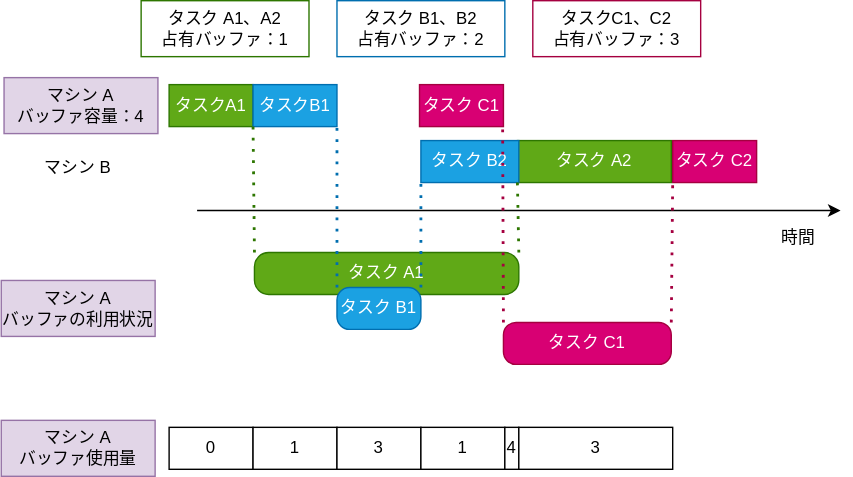
This is notebooks/ja/tutorials/figures/buffer.drawio.svg from fixstars/amplify-se-examples, a draw.io export, as it was before one commit. Source tidied: cells renumbered, new cells last; positions are measured from the earlier drawing's top-left corner, leaving out a move shared by most shapes.
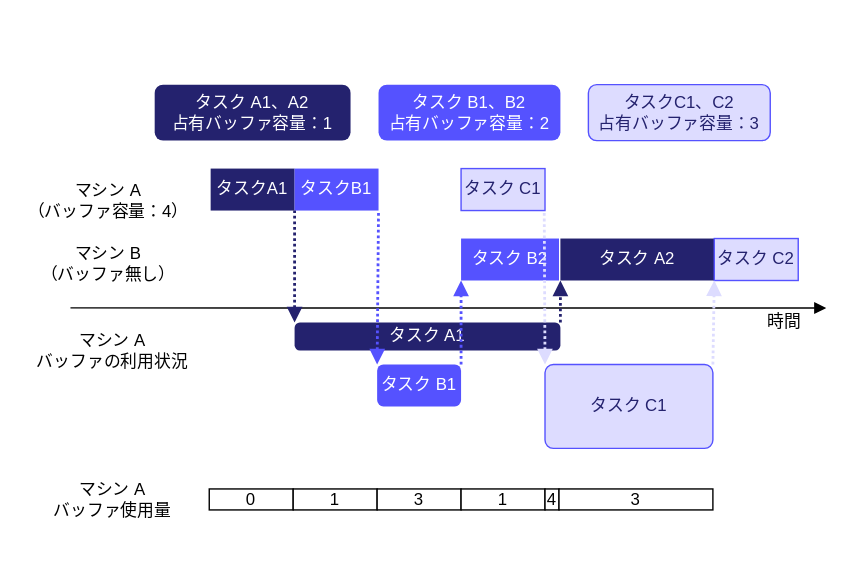
Later version of the same file.

Change to the diagram source:
```diff
@@ -2,110 +2,117 @@
   <root>
     <mxCell id="0" />
     <mxCell id="1" parent="0" />
+    <mxCell id="32" style="whiteSpace=wrap;html=1;strokeColor=none;" parent="1" vertex="1">
+      <mxGeometry x="-30" y="-60" width="600" height="400" as="geometry" />
+    </mxCell>
-    <mxCell id="2" value="タスクA1" style="rounded=0;whiteSpace=wrap;html=1;fillColor=#60a917;fontColor=#ffffff;strokeColor=#2D7600;" parent="1" vertex="1">
+    <mxCell id="2" value="タスクA1" style="rounded=0;whiteSpace=wrap;html=1;fillColor=#24226E;fontColor=#ffffff;strokeColor=none;" parent="1" vertex="1">
       <mxGeometry x="120" y="60" width="60" height="30" as="geometry" />
     </mxCell>
-    <mxCell id="3" style="endArrow=classic;html=1;fontColor=#00FF00;" parent="1" edge="1">
+    <mxCell id="3" style="endArrow=block;html=1;fontColor=#00FF00;exitX=0.083;exitY=0.549;exitDx=0;exitDy=0;exitPerimeter=0;endFill=1;" parent="1" edge="1" source="32">
       <mxGeometry relative="1" as="geometry">
-        <mxPoint x="140" y="150" as="sourcePoint" />
-        <mxPoint x="600" y="150" as="targetPoint" />
+        <mxPoint x="560" y="159.7" as="targetPoint" />
       </mxGeometry>
     </mxCell>
     <object id="4" label="時間" name="Variable" placeholders="1">
       <mxCell style="text;html=1;strokeColor=none;fillColor=none;align=center;verticalAlign=middle;whiteSpace=wrap;overflow=hidden;" parent="1" vertex="1">
-        <mxGeometry x="550" y="160" width="40" height="20" as="geometry" />
+        <mxGeometry x="510" y="160" width="40" height="20" as="geometry" />
       </mxCell>
     </object>
     <object id="5" label="マシン A&lt;br&gt;バッファの利用状況" name="Variable" placeholders="1">
-      <mxCell style="text;html=1;strokeColor=#9673a6;fillColor=#e1d5e7;align=center;verticalAlign=middle;whiteSpace=wrap;overflow=hidden;" parent="1" vertex="1">
-        <mxGeometry y="200" width="110" height="40" as="geometry" />
+      <mxCell style="text;html=1;strokeColor=none;fillColor=none;align=center;verticalAlign=middle;whiteSpace=wrap;overflow=hidden;" parent="1" vertex="1">
+        <mxGeometry x="-10" y="170" width="120" height="40" as="geometry" />
       </mxCell>
     </object>
-    <mxCell id="6" value="タスク A2" style="rounded=0;whiteSpace=wrap;html=1;fillColor=#60a917;fontColor=#ffffff;strokeColor=#2D7600;" parent="1" vertex="1">
-      <mxGeometry x="369" y="100" width="110" height="30" as="geometry" />
+    <mxCell id="6" value="タスク A2" style="rounded=0;whiteSpace=wrap;html=1;fillColor=#24226E;fontColor=#ffffff;strokeColor=none;" parent="1" vertex="1">
+      <mxGeometry x="370" y="110" width="110" height="30" as="geometry" />
     </mxCell>
-    <object id="7" label="マシン B" name="Variable" placeholders="1">
+    <object id="7" label="マシン B&lt;br&gt;（バッファ無し）" name="Variable" placeholders="1">
       <mxCell style="text;html=1;strokeColor=none;fillColor=none;align=center;verticalAlign=middle;whiteSpace=wrap;overflow=hidden;" parent="1" vertex="1">
-        <mxGeometry x="25" y="110" width="60" height="20" as="geometry" />
+        <mxGeometry x="-14" y="110" width="122" height="35" as="geometry" />
       </mxCell>
     </object>
-    <mxCell id="8" value="タスク A1&amp;nbsp; &amp;nbsp;" style="rounded=1;whiteSpace=wrap;html=1;fillColor=#60a917;fontColor=#ffffff;strokeColor=#2D7600;arcSize=34;" parent="1" vertex="1">
-      <mxGeometry x="181" y="180" width="189" height="30" as="geometry" />
+    <mxCell id="8" value="タスク A1&amp;nbsp;" style="rounded=1;whiteSpace=wrap;html=1;fillColor=#24226E;fontColor=#ffffff;strokeColor=none;arcSize=19;" parent="1" vertex="1">
+      <mxGeometry x="180" y="170" width="190" height="20" as="geometry" />
     </mxCell>
-    <mxCell id="9" value="タスク B1" style="rounded=1;whiteSpace=wrap;html=1;fillColor=#1ba1e2;fontColor=#ffffff;strokeColor=#006EAF;glass=0;shadow=0;arcSize=30;" parent="1" vertex="1">
-      <mxGeometry x="240" y="205" width="60" height="30" as="geometry" />
+    <mxCell id="9" value="タスク B1" style="rounded=1;whiteSpace=wrap;html=1;fillColor=#5552FF;fontColor=#ffffff;strokeColor=none;glass=0;shadow=0;arcSize=15;" parent="1" vertex="1">
+      <mxGeometry x="239" y="200" width="60" height="30" as="geometry" />
     </mxCell>
-    <mxCell id="10" value="タスクB1" style="rounded=0;whiteSpace=wrap;html=1;fillColor=#1ba1e2;fontColor=#ffffff;strokeColor=#006EAF;" parent="1" vertex="1">
+    <mxCell id="10" value="タスクB1" style="rounded=0;whiteSpace=wrap;html=1;fillColor=#5552FF;fontColor=#ffffff;strokeColor=none;" parent="1" vertex="1">
       <mxGeometry x="180" y="60" width="60" height="30" as="geometry" />
     </mxCell>
-    <mxCell id="11" value="タスク C1" style="rounded=0;whiteSpace=wrap;html=1;fillColor=#d80073;fontColor=#ffffff;strokeColor=#A50040;" parent="1" vertex="1">
+    <mxCell id="11" value="タスク C1" style="rounded=0;whiteSpace=wrap;html=1;fillColor=#DDDCFF;fontColor=#24226E;strokeColor=#5552FF;" parent="1" vertex="1">
       <mxGeometry x="299" y="60" width="60" height="30" as="geometry" />
     </mxCell>
-    <mxCell id="12" value="タスク B2" style="rounded=0;whiteSpace=wrap;html=1;fillColor=#1ba1e2;fontColor=#ffffff;strokeColor=#006EAF;" parent="1" vertex="1">
-      <mxGeometry x="300" y="100" width="70" height="30" as="geometry" />
+    <mxCell id="12" value="タスク B2" style="rounded=0;whiteSpace=wrap;html=1;fillColor=#5552FF;fontColor=#ffffff;strokeColor=none;" parent="1" vertex="1">
+      <mxGeometry x="299" y="110" width="70" height="30" as="geometry" />
     </mxCell>
-    <mxCell id="13" value="タスク C2" style="rounded=0;whiteSpace=wrap;html=1;fillColor=#d80073;fontColor=#ffffff;strokeColor=#A50040;" parent="1" vertex="1">
-      <mxGeometry x="480" y="100" width="60" height="30" as="geometry" />
+    <mxCell id="13" value="タスク C2" style="rounded=0;whiteSpace=wrap;html=1;fillColor=#DDDCFF;fontColor=#24226E;strokeColor=#5552FF;" parent="1" vertex="1">
+      <mxGeometry x="480" y="110" width="60" height="30" as="geometry" />
     </mxCell>
-    <mxCell id="14" style="endArrow=none;dashed=1;html=1;dashPattern=1 3;strokeWidth=2;entryX=0;entryY=1;entryDx=0;entryDy=0;exitX=0;exitY=0;exitDx=0;exitDy=0;fillColor=#60a917;strokeColor=#2D7600;" parent="1" edge="1" source="8" target="10">
-      <mxGeometry relative="1" as="geometry" />
+    <mxCell id="14" style="endArrow=none;dashed=1;html=1;strokeWidth=2;entryX=0;entryY=1;entryDx=0;entryDy=0;fillColor=#60a917;strokeColor=#24226E;startArrow=block;startFill=1;dashPattern=1 1;" parent="1" edge="1" target="10">
+      <mxGeometry relative="1" as="geometry">
+        <mxPoint x="180" y="170" as="sourcePoint" />
+      </mxGeometry>
     </mxCell>
-    <mxCell id="15" style="endArrow=none;dashed=1;html=1;dashPattern=1 3;strokeWidth=2;entryX=0;entryY=1;entryDx=0;entryDy=0;exitX=0;exitY=0;exitDx=0;exitDy=0;fillColor=#1ba1e2;strokeColor=#006EAF;" parent="1" edge="1" source="9">
+    <mxCell id="15" style="endArrow=none;dashed=1;html=1;strokeWidth=2;entryX=0;entryY=1;entryDx=0;entryDy=0;exitX=0;exitY=0;exitDx=0;exitDy=0;fillColor=#1ba1e2;strokeColor=#5552FF;startArrow=block;startFill=1;dashPattern=1 1;" parent="1" edge="1" source="9">
       <mxGeometry relative="1" as="geometry">
         <mxPoint x="240" y="90" as="targetPoint" />
       </mxGeometry>
     </mxCell>
-    <mxCell id="16" style="endArrow=none;dashed=1;html=1;dashPattern=1 3;strokeWidth=2;entryX=0;entryY=1;entryDx=0;entryDy=0;exitX=1;exitY=0;exitDx=0;exitDy=0;fillColor=#1ba1e2;strokeColor=#006EAF;" parent="1" edge="1" source="9" target="12">
+    <mxCell id="16" style="endArrow=block;dashed=1;html=1;strokeWidth=2;entryX=0;entryY=1;entryDx=0;entryDy=0;exitX=1;exitY=0;exitDx=0;exitDy=0;fillColor=#1ba1e2;strokeColor=#5552FF;endFill=1;dashPattern=1 1;" parent="1" edge="1" source="9" target="12">
       <mxGeometry relative="1" as="geometry" />
     </mxCell>
-    <mxCell id="17" value="タスク C1" style="rounded=1;whiteSpace=wrap;html=1;fillColor=#d80073;fontColor=#ffffff;strokeColor=#A50040;arcSize=30;" parent="1" vertex="1">
-      <mxGeometry x="359" y="230" width="120" height="30" as="geometry" />
+    <mxCell id="17" value="タスク C1" style="rounded=1;whiteSpace=wrap;html=1;fillColor=#DDDCFF;fontColor=#24226E;strokeColor=#5552FF;arcSize=10;" parent="1" vertex="1">
+      <mxGeometry x="359" y="200" width="120" height="60" as="geometry" />
     </mxCell>
-    <mxCell id="18" style="endArrow=none;dashed=1;html=1;dashPattern=1 3;strokeWidth=2;entryX=0;entryY=1;entryDx=0;entryDy=0;fillColor=#d80073;strokeColor=#A50040;exitX=0;exitY=0;exitDx=0;exitDy=0;" parent="1" edge="1" source="17">
+    <mxCell id="18" style="endArrow=none;dashed=1;html=1;strokeWidth=2;entryX=0;entryY=1;entryDx=0;entryDy=0;fillColor=#d80073;strokeColor=#DDDCFF;exitX=0;exitY=0;exitDx=0;exitDy=0;startArrow=block;startFill=1;dashPattern=1 1;" parent="1" edge="1" source="17">
       <mxGeometry relative="1" as="geometry">
         <mxPoint x="358.4" y="90" as="targetPoint" />
       </mxGeometry>
     </mxCell>
-    <mxCell id="19" style="endArrow=none;dashed=1;html=1;dashPattern=1 3;strokeWidth=2;entryX=0;entryY=1;entryDx=0;entryDy=0;fillColor=#d80073;strokeColor=#A50040;exitX=1;exitY=0;exitDx=0;exitDy=0;" parent="1" edge="1" source="17" target="13">
+    <mxCell id="19" style="endArrow=block;dashed=1;html=1;strokeWidth=2;entryX=0;entryY=1;entryDx=0;entryDy=0;fillColor=#d80073;strokeColor=#DDDCFF;exitX=1;exitY=0;exitDx=0;exitDy=0;endFill=1;dashPattern=1 1;" parent="1" edge="1" source="17" target="13">
       <mxGeometry relative="1" as="geometry" />
     </mxCell>
-    <mxCell id="20" style="endArrow=none;dashed=1;html=1;dashPattern=1 3;strokeWidth=2;entryX=0;entryY=1;entryDx=0;entryDy=0;fillColor=#60a917;strokeColor=#2D7600;exitX=1;exitY=0;exitDx=0;exitDy=0;" parent="1" edge="1" source="8" target="6">
+    <mxCell id="20" style="endArrow=block;dashed=1;html=1;strokeWidth=2;entryX=0;entryY=1;entryDx=0;entryDy=0;fillColor=#60a917;strokeColor=#24226E;exitX=1;exitY=0;exitDx=0;exitDy=0;endFill=1;dashPattern=1 1;" parent="1" edge="1" source="8" target="6">
       <mxGeometry relative="1" as="geometry" />
     </mxCell>
     <object id="21" label="マシン A&lt;br&gt;バッファ使用量" name="Variable" placeholders="1">
-      <mxCell style="text;html=1;strokeColor=#9673a6;fillColor=#e1d5e7;align=center;verticalAlign=middle;whiteSpace=wrap;overflow=hidden;" parent="1" vertex="1">
-        <mxGeometry y="300" width="110" height="40" as="geometry" />
+      <mxCell style="text;html=1;strokeColor=none;fillColor=none;align=center;verticalAlign=middle;whiteSpace=wrap;overflow=hidden;" parent="1" vertex="1">
+        <mxGeometry x="-10" y="276.5" width="120" height="40" as="geometry" />
       </mxCell>
     </object>
+    <mxCell id="28" value="&lt;span style=&quot;font-family: helvetica;&quot;&gt;マシン A&lt;/span&gt;&lt;br style=&quot;font-family: helvetica;&quot;&gt;&lt;span style=&quot;font-family: helvetica;&quot;&gt;&lt;font style=&quot;font-size: 12px;&quot;&gt;（バッファ容量：4）&lt;/font&gt;&lt;/span&gt;" style="rounded=0;whiteSpace=wrap;html=1;fillColor=none;strokeColor=none;align=center;" parent="1" vertex="1">
+      <mxGeometry x="-14" y="65" width="122" height="35" as="geometry" />
+    </mxCell>
+    <mxCell id="29" value="タスク A1、A2&lt;br&gt;占有バッファ容量：1" style="whiteSpace=wrap;html=1;strokeColor=none;rounded=1;glass=0;shadow=0;fillColor=#24226E;fontColor=#FFFFFF;" parent="1" vertex="1">
+      <mxGeometry x="80" width="140" height="40" as="geometry" />
+    </mxCell>
+    <mxCell id="30" value="タスク B1、B2&lt;br&gt;占有バッファ容量：2" style="whiteSpace=wrap;html=1;strokeColor=none;rounded=1;glass=0;shadow=0;fillColor=#5552FF;fontColor=#FFFFFF;" parent="1" vertex="1">
+      <mxGeometry x="240" width="130" height="40" as="geometry" />
+    </mxCell>
+    <mxCell id="31" value="タスクC1、C2&lt;br&gt;占有バッファ容量：3" style="whiteSpace=wrap;html=1;strokeColor=#5552FF;rounded=1;glass=0;shadow=0;fillColor=#DDDCFF;fontColor=#24226E;" parent="1" vertex="1">
+      <mxGeometry x="390" width="130" height="40" as="geometry" />
+    </mxCell>
+    <mxCell id="33" style="group;" parent="1" vertex="1">
+      <mxGeometry x="119" y="289" width="360" height="15" as="geometry" />
+    </mxCell>
-    <mxCell id="22" value="0" style="rounded=0;whiteSpace=wrap;html=1;" parent="1" vertex="1">
-      <mxGeometry x="120" y="305" width="60" height="30" as="geometry" />
+    <mxCell id="22" value="0" style="rounded=0;whiteSpace=wrap;html=1;" parent="33" vertex="1">
+      <mxGeometry width="60" height="15" as="geometry" />
     </mxCell>
-    <mxCell id="23" value="1" style="rounded=0;whiteSpace=wrap;html=1;" parent="1" vertex="1">
-      <mxGeometry x="180" y="305" width="60" height="30" as="geometry" />
+    <mxCell id="23" value="1" style="rounded=0;whiteSpace=wrap;html=1;" parent="33" vertex="1">
+      <mxGeometry x="60" width="60" height="15" as="geometry" />
     </mxCell>
-    <mxCell id="24" value="3" style="rounded=0;whiteSpace=wrap;html=1;" parent="1" vertex="1">
-      <mxGeometry x="240" y="305" width="60" height="30" as="geometry" />
+    <mxCell id="24" value="3" style="rounded=0;whiteSpace=wrap;html=1;" parent="33" vertex="1">
+      <mxGeometry x="120" width="60" height="15" as="geometry" />
     </mxCell>
-    <mxCell id="25" value="1" style="rounded=0;whiteSpace=wrap;html=1;" parent="1" vertex="1">
-      <mxGeometry x="300" y="305" width="60" height="30" as="geometry" />
+    <mxCell id="25" value="1" style="rounded=0;whiteSpace=wrap;html=1;" parent="33" vertex="1">
+      <mxGeometry x="180" width="60" height="15" as="geometry" />
     </mxCell>
-    <mxCell id="26" value="4" style="rounded=0;whiteSpace=wrap;html=1;" parent="1" vertex="1">
-      <mxGeometry x="360" y="305" width="10" height="30" as="geometry" />
+    <mxCell id="26" value="4" style="rounded=0;whiteSpace=wrap;html=1;" parent="33" vertex="1">
+      <mxGeometry x="240" width="10" height="15" as="geometry" />
     </mxCell>
-    <mxCell id="27" value="3" style="rounded=0;whiteSpace=wrap;html=1;" parent="1" vertex="1">
-      <mxGeometry x="370" y="305" width="110" height="30" as="geometry" />
+    <mxCell id="27" value="3" style="rounded=0;whiteSpace=wrap;html=1;" parent="33" vertex="1">
+      <mxGeometry x="250" width="110" height="15" as="geometry" />
     </mxCell>
-    <mxCell id="28" value="&lt;span style=&quot;font-family: helvetica;&quot;&gt;マシン A&lt;/span&gt;&lt;br style=&quot;font-family: helvetica;&quot;&gt;&lt;span style=&quot;font-family: helvetica;&quot;&gt;バッファ容量：4&lt;/span&gt;" style="rounded=0;whiteSpace=wrap;html=1;fillColor=#e1d5e7;strokeColor=#9673a6;align=center;" parent="1" vertex="1">
-      <mxGeometry x="2" y="55" width="110" height="40" as="geometry" />
-    </mxCell>
-    <mxCell id="29" value="タスク A1、A2&lt;br&gt;占有バッファ：1" style="whiteSpace=wrap;html=1;strokeColor=#2D7600;" parent="1" vertex="1">
-      <mxGeometry x="100" width="120" height="40" as="geometry" />
-    </mxCell>
-    <mxCell id="30" value="タスク B1、B2&lt;br&gt;占有バッファ：2" style="whiteSpace=wrap;html=1;strokeColor=#006EAF;" parent="1" vertex="1">
-      <mxGeometry x="240" width="120" height="40" as="geometry" />
-    </mxCell>
-    <mxCell id="31" value="タスクC1、C2&lt;br&gt;占有バッファ：3" style="whiteSpace=wrap;html=1;strokeColor=#A50040;" parent="1" vertex="1">
-      <mxGeometry x="380" width="120" height="40" as="geometry" />
-    </mxCell>
   </root>
 </mxGraphModel>
```
